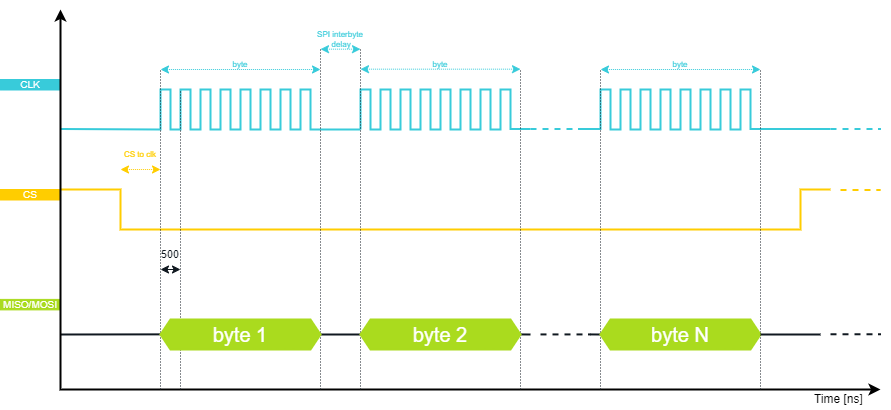
Above: draw.io/PE Articles/General knowledge/Fundamentals/SPI 101 A Beginner's Guide To Serial Communication/Interbyte delay (PE).png in PLAY-Embedded/pe_assets (draw.io), before the change. Source tidied: cells renumbered, new cells last; positions are measured from the earlier drawing's top-left corner, leaving out a move shared by most shapes.
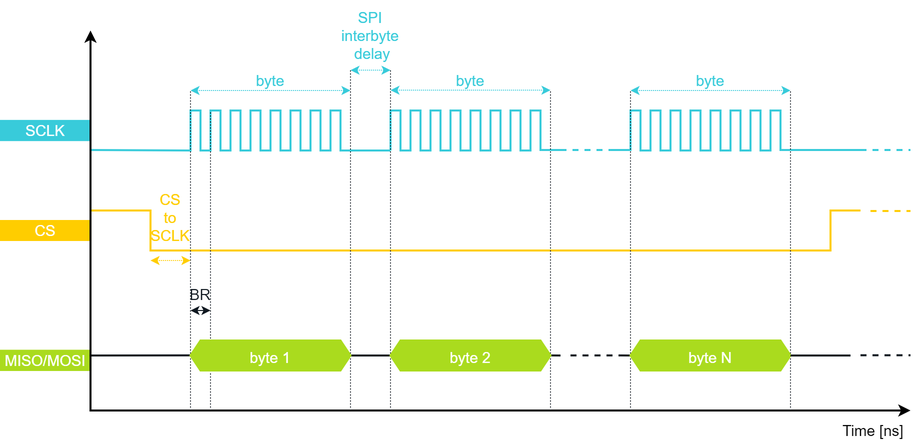
Above is the later version.

Diff of the diagram source:
```diff
@@ -23,8 +23,8 @@
     <mxCell id="5" style="endArrow=none;html=1;rounded=0;strokeColor=#101820;strokeWidth=2;fontFamily=Arial;fontSize=20;fontColor=#00A86B;fillColor=#101820;exitX=1;exitY=0.5;exitDx=0;exitDy=0;entryX=0;entryY=0.5;entryDx=0;entryDy=0;" parent="1" edge="1" source="37" target="38">
       <mxGeometry relative="1" as="geometry" />
     </mxCell>
-    <mxCell id="6" value="MISO/MOSI" style="rounded=0;whiteSpace=wrap;html=1;fillColor=#AADB1E;strokeColor=#AADB1E;fontColor=#FFFFFF;fontSize=10;" parent="1" vertex="1">
-      <mxGeometry y="289.9" width="60" height="10.5" as="geometry" />
+    <mxCell id="6" value="&lt;font style=&quot;font-size: 15px;&quot;&gt;MISO/MOSI&lt;/font&gt;" style="rounded=0;whiteSpace=wrap;html=1;fillColor=#AADB1E;strokeColor=#AADB1E;fontColor=#FFFFFF;fontSize=10;" parent="1" vertex="1">
+      <mxGeometry x="-30" y="319.8" width="90" height="20.2" as="geometry" />
     </mxCell>
     <mxCell id="7" style="endArrow=none;html=1;strokeColor=#38CBDA;strokeWidth=2;fillColor=#38CBDA;fontFamily=Arial;fontSize=20;fontColor=#931241;rounded=0;" parent="1" edge="1">
       <mxGeometry relative="1" as="geometry">
@@ -106,11 +106,11 @@
         </Array>
       </mxGeometry>
     </mxCell>
-    <mxCell id="9" value="CS" style="rounded=0;whiteSpace=wrap;html=1;fillColor=#FFCD00;strokeColor=#FFCD00;fontColor=#FFFFFF;fontSize=10;" parent="1" vertex="1">
-      <mxGeometry y="180" width="60" height="10.5" as="geometry" />
+    <mxCell id="9" value="&lt;font style=&quot;font-size: 15px;&quot;&gt;CS&lt;/font&gt;" style="rounded=0;whiteSpace=wrap;html=1;fillColor=#FFCD00;strokeColor=#FFCD00;fontColor=#FFFFFF;fontSize=10;" parent="1" vertex="1">
+      <mxGeometry x="-30" y="190" width="90" height="20" as="geometry" />
     </mxCell>
-    <mxCell id="10" value="CLK" style="rounded=0;whiteSpace=wrap;html=1;fillColor=#38CBDA;strokeColor=#38CBDA;fontColor=#FFFFFF;fontSize=10;" parent="1" vertex="1">
-      <mxGeometry y="70" width="60" height="10.5" as="geometry" />
+    <mxCell id="10" value="&lt;font style=&quot;font-size: 15px;&quot;&gt;SCLK&lt;/font&gt;" style="rounded=0;whiteSpace=wrap;html=1;fillColor=#38CBDA;strokeColor=#38CBDA;fontColor=#FFFFFF;fontSize=10;" parent="1" vertex="1">
+      <mxGeometry x="-30" y="89.9" width="90" height="20.2" as="geometry" />
     </mxCell>
     <mxCell id="11" style="endArrow=none;html=1;strokeColor=#FFCD00;strokeWidth=2;fillColor=#FFCD00;fontFamily=Arial;fontSize=20;fontColor=#4DB182;rounded=0;" parent="1" edge="1">
       <mxGeometry relative="1" as="geometry">
@@ -130,8 +130,8 @@
         <mxPoint x="580" y="119.5" as="targetPoint" />
       </mxGeometry>
     </mxCell>
-    <mxCell id="13" value="Time [ns]&amp;nbsp;" style="rounded=0;whiteSpace=wrap;html=1;strokeColor=none;strokeWidth=1;fillColor=none;fontFamily=Arial;fontSize=12;fontColor=#000000;align=center;" parent="1" vertex="1">
-      <mxGeometry x="810" y="380.4" width="60" height="20" as="geometry" />
+    <mxCell id="13" value="&lt;font style=&quot;font-size: 15px;&quot;&gt;Time [ns]&amp;nbsp;&lt;/font&gt;" style="rounded=0;whiteSpace=wrap;html=1;strokeColor=none;strokeWidth=1;fillColor=none;fontFamily=Arial;fontSize=12;fontColor=#000000;align=center;" parent="1" vertex="1">
+      <mxGeometry x="810" y="390" width="70" height="20" as="geometry" />
     </mxCell>
     <mxCell id="14" style="endArrow=none;dashed=1;html=1;labelBackgroundColor=none;strokeColor=#FFCD00;strokeWidth=2;fillColor=#FFCD00;fontFamily=Arial;fontSize=11;fontColor=#8637BA;" parent="1" edge="1">
       <mxGeometry relative="1" as="geometry">
@@ -154,8 +154,8 @@
         <mxPoint x="320" y="60" as="targetPoint" />
       </mxGeometry>
     </mxCell>
-    <mxCell id="17" value="&lt;font color=&quot;#38cbda&quot;&gt;byte&lt;/font&gt;" style="rounded=0;whiteSpace=wrap;html=1;strokeColor=none;strokeWidth=1;fillColor=none;fontFamily=Arial;fontSize=8;fontColor=#8637BA;align=center;" parent="1" vertex="1">
-      <mxGeometry x="160" y="50" width="160" height="10" as="geometry" />
+    <mxCell id="17" value="&lt;font style=&quot;font-size: 15px;&quot; color=&quot;#38cbda&quot;&gt;byte&lt;/font&gt;" style="rounded=0;whiteSpace=wrap;html=1;strokeColor=none;strokeWidth=1;fillColor=none;fontFamily=Arial;fontSize=8;fontColor=#8637BA;align=center;" parent="1" vertex="1">
+      <mxGeometry x="160" y="40" width="160" height="20" as="geometry" />
     </mxCell>
     <mxCell id="18" style="endArrow=none;dashed=1;html=1;dashPattern=1 2;labelBackgroundColor=none;strokeColor=#101820;strokeWidth=1;fillColor=#101820;fontFamily=Arial;fontSize=10;fontColor=#0067B9;" parent="1" edge="1">
       <mxGeometry relative="1" as="geometry">
@@ -186,8 +186,8 @@
         <mxPoint x="520" y="59.7" as="targetPoint" />
       </mxGeometry>
     </mxCell>
-    <mxCell id="23" value="&lt;font color=&quot;#38cbda&quot;&gt;byte&lt;/font&gt;" style="rounded=0;whiteSpace=wrap;html=1;strokeColor=none;strokeWidth=1;fillColor=none;fontFamily=Arial;fontSize=8;fontColor=#8637BA;align=center;" parent="1" vertex="1">
-      <mxGeometry x="360" y="49.7" width="160" height="10" as="geometry" />
+    <mxCell id="23" value="&lt;font style=&quot;font-size: 15px;&quot; color=&quot;#38cbda&quot;&gt;byte&lt;/font&gt;" style="rounded=0;whiteSpace=wrap;html=1;strokeColor=none;strokeWidth=1;fillColor=none;fontFamily=Arial;fontSize=8;fontColor=#8637BA;align=center;" parent="1" vertex="1">
+      <mxGeometry x="360" y="40" width="160" height="19.7" as="geometry" />
     </mxCell>
     <mxCell id="24" style="endArrow=none;html=1;strokeColor=#38CBDA;strokeWidth=2;fillColor=#38CBDA;fontFamily=Arial;fontSize=20;fontColor=#931241;rounded=0;" parent="1" edge="1">
       <mxGeometry relative="1" as="geometry">
@@ -245,8 +245,8 @@
         <mxPoint x="760" y="60" as="targetPoint" />
       </mxGeometry>
     </mxCell>
-    <mxCell id="28" value="&lt;font color=&quot;#38cbda&quot;&gt;byte&lt;/font&gt;" style="rounded=0;whiteSpace=wrap;html=1;strokeColor=none;strokeWidth=1;fillColor=none;fontFamily=Arial;fontSize=8;fontColor=#8637BA;align=center;" parent="1" vertex="1">
-      <mxGeometry x="600" y="50" width="160" height="10" as="geometry" />
+    <mxCell id="28" value="&lt;font style=&quot;font-size: 15px;&quot; color=&quot;#38cbda&quot;&gt;byte&lt;/font&gt;" style="rounded=0;whiteSpace=wrap;html=1;strokeColor=none;strokeWidth=1;fillColor=none;fontFamily=Arial;fontSize=8;fontColor=#8637BA;align=center;" parent="1" vertex="1">
+      <mxGeometry x="600" y="40" width="160" height="20" as="geometry" />
     </mxCell>
     <mxCell id="29" style="endArrow=classic;startArrow=classic;html=1;labelBackgroundColor=none;strokeColor=#38CBDA;strokeWidth=1;fillColor=#38CBDA;fontFamily=Arial;fontSize=8;fontColor=#0067B9;dashed=1;dashPattern=1 1;" parent="1" edge="1">
       <mxGeometry relative="1" as="geometry">
@@ -254,17 +254,17 @@
         <mxPoint x="360" y="39.7" as="targetPoint" />
       </mxGeometry>
     </mxCell>
-    <mxCell id="30" value="&lt;font color=&quot;#38cbda&quot;&gt;SPI interbyte&lt;br&gt;&amp;nbsp;delay&lt;/font&gt;" style="rounded=0;whiteSpace=wrap;html=1;strokeColor=none;strokeWidth=1;fillColor=none;fontFamily=Arial;fontSize=8;fontColor=#8637BA;align=center;" parent="1" vertex="1">
-      <mxGeometry x="300" y="19.7" width="80" height="20" as="geometry" />
+    <mxCell id="30" value="&lt;font style=&quot;font-size: 15px;&quot; color=&quot;#38cbda&quot;&gt;SPI interbyte&lt;br&gt;&amp;nbsp;delay&lt;/font&gt;" style="rounded=0;whiteSpace=wrap;html=1;strokeColor=none;strokeWidth=1;fillColor=none;fontFamily=Arial;fontSize=8;fontColor=#8637BA;align=center;" parent="1" vertex="1">
+      <mxGeometry x="300" y="-30" width="80" height="69.7" as="geometry" />
     </mxCell>
     <mxCell id="31" style="endArrow=classic;startArrow=classic;html=1;labelBackgroundColor=none;strokeColor=#FFCD00;strokeWidth=1;fillColor=#FFCD00;fontFamily=Arial;fontSize=8;fontColor=#0067B9;dashed=1;dashPattern=1 1;" parent="1" edge="1">
       <mxGeometry relative="1" as="geometry">
-        <mxPoint x="120" y="160" as="sourcePoint" />
-        <mxPoint x="160" y="160" as="targetPoint" />
+        <mxPoint x="120" y="230" as="sourcePoint" />
+        <mxPoint x="160" y="230" as="targetPoint" />
       </mxGeometry>
     </mxCell>
-    <mxCell id="32" value="&lt;font color=&quot;#ffcd00&quot;&gt;CS to clk&lt;/font&gt;" style="rounded=0;whiteSpace=wrap;html=1;strokeColor=none;strokeWidth=1;fillColor=none;fontFamily=Arial;fontSize=8;fontColor=#4DB182;align=center;" parent="1" vertex="1">
-      <mxGeometry x="120" y="140" width="40" height="10" as="geometry" />
+    <mxCell id="32" value="&lt;font style=&quot;font-size: 15px;&quot; color=&quot;#ffcd00&quot;&gt;CS &lt;br&gt;to &lt;br&gt;SCLK&lt;/font&gt;" style="rounded=0;whiteSpace=wrap;html=1;strokeColor=none;strokeWidth=1;fillColor=none;fontFamily=Arial;fontSize=8;fontColor=#4DB182;align=center;" parent="1" vertex="1">
+      <mxGeometry x="120" y="160" width="40" height="54.5" as="geometry" />
     </mxCell>
     <mxCell id="33" style="endArrow=none;dashed=1;html=1;labelBackgroundColor=none;strokeColor=#38CBDA;strokeWidth=2;fillColor=#38CBDA;fontFamily=Arial;fontSize=11;fontColor=#8637BA;" parent="1" edge="1">
       <mxGeometry relative="1" as="geometry">
@@ -274,12 +274,12 @@
     </mxCell>
     <mxCell id="34" style="endArrow=classic;startArrow=classic;html=1;labelBackgroundColor=none;strokeColor=#101820;strokeWidth=1;fillColor=#101820;fontFamily=Arial;fontSize=8;fontColor=#0067B9;" parent="1" edge="1">
       <mxGeometry relative="1" as="geometry">
-        <mxPoint x="160" y="260" as="sourcePoint" />
-        <mxPoint x="180" y="260" as="targetPoint" />
+        <mxPoint x="160" y="280" as="sourcePoint" />
+        <mxPoint x="180" y="280" as="targetPoint" />
       </mxGeometry>
     </mxCell>
-    <mxCell id="35" value="500" style="rounded=0;whiteSpace=wrap;html=1;strokeColor=none;strokeWidth=1;fillColor=none;fontFamily=Arial;fontSize=11;fontColor=#101820;align=center;labelBackgroundColor=none;" parent="1" vertex="1">
-      <mxGeometry x="160" y="240" width="20" height="10" as="geometry" />
+    <mxCell id="35" value="&lt;font style=&quot;font-size: 15px;&quot;&gt;BR&lt;/font&gt;" style="rounded=0;whiteSpace=wrap;html=1;strokeColor=none;strokeWidth=1;fillColor=none;fontFamily=Arial;fontSize=11;fontColor=#101820;align=center;labelBackgroundColor=none;" parent="1" vertex="1">
+      <mxGeometry x="160" y="259" width="20" height="10" as="geometry" />
     </mxCell>
     <mxCell id="36" style="endArrow=none;dashed=1;html=1;dashPattern=1 2;labelBackgroundColor=none;strokeColor=#101820;strokeWidth=1;fillColor=#101820;fontFamily=Arial;fontSize=10;fontColor=#0067B9;" parent="1" edge="1">
       <mxGeometry relative="1" as="geometry">
@@ -287,10 +287,10 @@
         <mxPoint x="180" y="80" as="targetPoint" />
       </mxGeometry>
     </mxCell>
-    <mxCell id="37" value="byte 1" style="shape=hexagon;perimeter=hexagonPerimeter2;whiteSpace=wrap;html=1;fixedSize=1;strokeColor=#AADB1E;strokeWidth=2;fontFamily=Arial;fontSize=20;fontColor=#FFFFFF;fillColor=#AADB1E;size=10;" parent="1" vertex="1">
+    <mxCell id="37" value="&lt;font style=&quot;font-size: 15px;&quot;&gt;byte 1&lt;/font&gt;" style="shape=hexagon;perimeter=hexagonPerimeter2;whiteSpace=wrap;html=1;fixedSize=1;strokeColor=#AADB1E;strokeWidth=2;fontFamily=Arial;fontSize=20;fontColor=#FFFFFF;fillColor=#AADB1E;size=10;" parent="1" vertex="1">
       <mxGeometry x="160" y="310" width="160" height="30" as="geometry" />
     </mxCell>
-    <mxCell id="38" value="byte 2" style="shape=hexagon;perimeter=hexagonPerimeter2;whiteSpace=wrap;html=1;fixedSize=1;strokeColor=#AADB1E;strokeWidth=2;fontFamily=Arial;fontSize=20;fontColor=#FFFFFF;fillColor=#AADB1E;size=10;" parent="1" vertex="1">
+    <mxCell id="38" value="&lt;font style=&quot;font-size: 15px;&quot;&gt;byte 2&lt;/font&gt;" style="shape=hexagon;perimeter=hexagonPerimeter2;whiteSpace=wrap;html=1;fixedSize=1;strokeColor=#AADB1E;strokeWidth=2;fontFamily=Arial;fontSize=20;fontColor=#FFFFFF;fillColor=#AADB1E;size=10;" parent="1" vertex="1">
       <mxGeometry x="360" y="310" width="160" height="30" as="geometry" />
     </mxCell>
     <mxCell id="39" style="endArrow=none;dashed=1;html=1;labelBackgroundColor=none;strokeColor=#101820;strokeWidth=2;fillColor=#101820;fontFamily=Arial;fontSize=11;fontColor=#8637BA;" parent="1" edge="1">
@@ -299,7 +299,7 @@
         <mxPoint x="590" y="324.9" as="targetPoint" />
       </mxGeometry>
     </mxCell>
-    <mxCell id="40" value="byte N" style="shape=hexagon;perimeter=hexagonPerimeter2;whiteSpace=wrap;html=1;fixedSize=1;strokeColor=#AADB1E;strokeWidth=2;fontFamily=Arial;fontSize=20;fontColor=#FFFFFF;fillColor=#AADB1E;size=10;" parent="1" vertex="1">
+    <mxCell id="40" value="&lt;font style=&quot;font-size: 15px;&quot;&gt;byte N&lt;/font&gt;" style="shape=hexagon;perimeter=hexagonPerimeter2;whiteSpace=wrap;html=1;fixedSize=1;strokeColor=#AADB1E;strokeWidth=2;fontFamily=Arial;fontSize=20;fontColor=#FFFFFF;fillColor=#AADB1E;size=10;" parent="1" vertex="1">
       <mxGeometry x="600" y="310" width="160" height="30" as="geometry" />
     </mxCell>
     <mxCell id="41" style="endArrow=none;html=1;rounded=0;strokeColor=#101820;strokeWidth=2;fontFamily=Arial;fontSize=20;fontColor=#101820;fillColor=none;exitX=1;exitY=0.5;exitDx=0;exitDy=0;" parent="1" edge="1" source="40">
```
